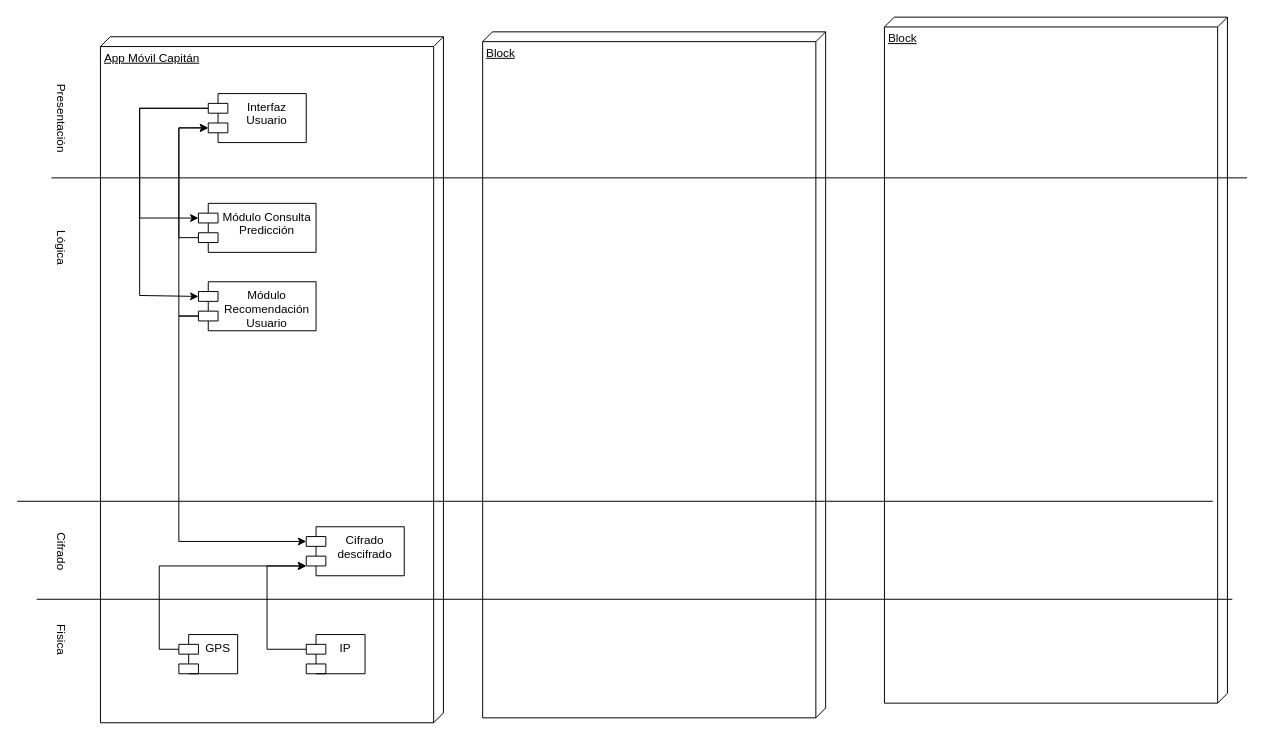
jdiazfer/ADS_Practica1 keeps this draw.io diagram as Vista_desarrolloV1.drawio. Above is the earlier version. Source tidied: cells renumbered, new cells numbered last; positions are measured from the earlier drawing's top-left corner, leaving out a move shared by most shapes. Both pictures are drawn from the tidied source at 98%, with x=0, y=0 at pixel (17, 17).
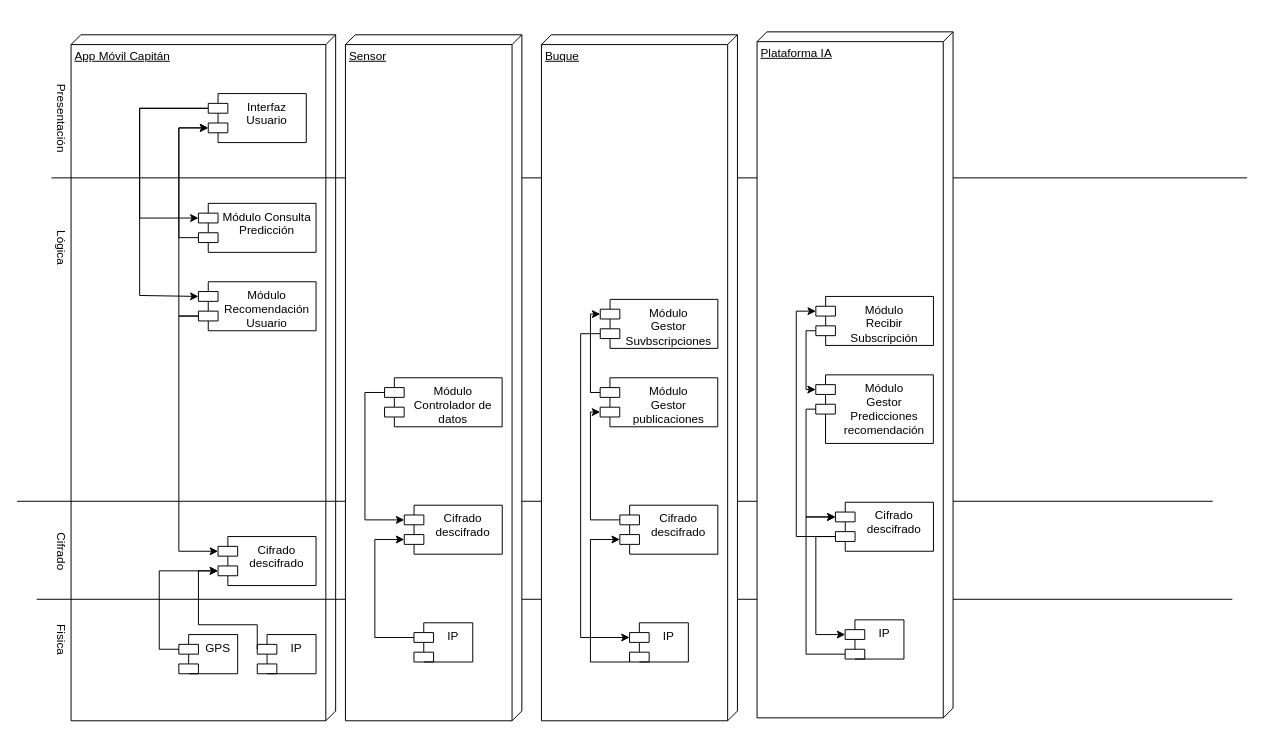
Above is the later version.

The change refers to these unchanged cells:
```xml
<mxCell id="20" value="GPS" style="shape=module;align=left;spacingLeft=20;align=center;verticalAlign=top;whiteSpace=wrap;html=1;" parent="1" vertex="1">
  <mxGeometry x="165" y="630" width="60" height="40" as="geometry" />
</mxCell>
```

The edit, as a diff of the source:
```diff
@@
     <mxCell id="2" value="App Móvil Capitán" style="verticalAlign=top;align=left;spacingTop=8;spacingLeft=2;spacingRight=12;shape=cube;size=10;direction=south;fontStyle=4;html=1;whiteSpace=wrap;" parent="1" vertex="1">
-      <mxGeometry x="85" y="20" width="350" height="700" as="geometry" />
+      <mxGeometry x="55" y="18" width="270" height="700" as="geometry" />
     </mxCell>
-    <mxCell id="3" value="Block" style="verticalAlign=top;align=left;spacingTop=8;spacingLeft=2;spacingRight=12;shape=cube;size=10;direction=south;fontStyle=4;html=1;whiteSpace=wrap;" parent="1" vertex="1">
-      <mxGeometry x="475" y="15" width="350" height="700" as="geometry" />
-    </mxCell>
-    <mxCell id="4" value="Block" style="verticalAlign=top;align=left;spacingTop=8;spacingLeft=2;spacingRight=12;shape=cube;size=10;direction=south;fontStyle=4;html=1;whiteSpace=wrap;" parent="1" vertex="1">
-      <mxGeometry x="885" width="350" height="700" as="geometry" />
-    </mxCell>
@@
-    <mxCell id="10" style="line;strokeWidth=1;fillColor=none;align=left;verticalAlign=middle;spacingTop=-1;spacingLeft=3;spacingRight=3;labelPosition=right;strokeColor=inherit;" parent="1" vertex="1">
-      <mxGeometry y="490" width="1220" height="8" as="geometry" />
-    </mxCell>
-    <mxCell id="11" style="line;strokeWidth=1;fillColor=none;align=left;verticalAlign=middle;spacingTop=-1;spacingLeft=3;spacingRight=3;labelPosition=right;strokeColor=inherit;" parent="1" vertex="1">
-      <mxGeometry x="20" y="590" width="1220" height="8" as="geometry" />
-    </mxCell>
@@
-    <mxCell id="17" value="&lt;div&gt;Cifrado&lt;/div&gt;&lt;div&gt;descifrado&lt;br&gt;&lt;/div&gt;" style="shape=module;align=left;spacingLeft=20;align=center;verticalAlign=top;whiteSpace=wrap;html=1;" parent="1" vertex="1">
-      <mxGeometry x="295" y="520" width="100" height="50" as="geometry" />
-    </mxCell>
-    <mxCell id="18" value="IP" style="shape=module;align=left;spacingLeft=20;align=center;verticalAlign=top;whiteSpace=wrap;html=1;" parent="1" vertex="1">
-      <mxGeometry x="295" y="630" width="60" height="40" as="geometry" />
-    </mxCell>
-    <mxCell id="19" style="edgeStyle=orthogonalEdgeStyle;rounded=0;jettySize=auto;html=1;exitX=0;exitY=0;exitDx=0;exitDy=15;exitPerimeter=0;" parent="1" edge="1" source="20">
-      <mxGeometry relative="1" as="geometry">
-        <mxPoint x="295" y="560" as="targetPoint" />
-        <Array as="points">
-          <mxPoint x="145" y="645" />
-          <mxPoint x="145" y="560" />
-        </Array>
-      </mxGeometry>
-    </mxCell>
@@
+    <mxCell id="25" style="edgeStyle=orthogonalEdgeStyle;rounded=0;jettySize=auto;html=1;exitX=0;exitY=0;exitDx=0;exitDy=15;exitPerimeter=0;entryX=0;entryY=0;entryDx=0;entryDy=35;entryPerimeter=0;" parent="1" edge="1" source="20" target="17">
+      <mxGeometry relative="1" as="geometry">
+        <Array as="points">
+          <mxPoint x="145" y="645" />
+          <mxPoint x="145" y="565" />
+        </Array>
+      </mxGeometry>
+    </mxCell>
+    <mxCell id="17" value="&lt;div&gt;Cifrado&lt;/div&gt;&lt;div&gt;descifrado&lt;br&gt;&lt;/div&gt;" style="shape=module;align=left;spacingLeft=20;align=center;verticalAlign=top;whiteSpace=wrap;html=1;" parent="1" vertex="1">
+      <mxGeometry x="205" y="530" width="100" height="50" as="geometry" />
+    </mxCell>
+    <mxCell id="10" style="line;strokeWidth=1;fillColor=none;align=left;verticalAlign=middle;spacingTop=-1;spacingLeft=3;spacingRight=3;labelPosition=right;strokeColor=inherit;" parent="1" vertex="1">
+      <mxGeometry y="490" width="1220" height="8" as="geometry" />
+    </mxCell>
+    <mxCell id="11" style="line;strokeWidth=1;fillColor=none;align=left;verticalAlign=middle;spacingTop=-1;spacingLeft=3;spacingRight=3;labelPosition=right;strokeColor=inherit;" parent="1" vertex="1">
+      <mxGeometry x="20" y="590" width="1220" height="8" as="geometry" />
+    </mxCell>
+    <mxCell id="3" value="Sensor" style="verticalAlign=top;align=left;spacingTop=8;spacingLeft=2;spacingRight=12;shape=cube;size=10;direction=south;fontStyle=4;html=1;whiteSpace=wrap;" parent="1" vertex="1">
+      <mxGeometry x="335" y="18" width="180" height="700" as="geometry" />
+    </mxCell>
+    <mxCell id="26" style="group;" parent="1" vertex="1">
+      <mxGeometry x="365" y="368" width="130" height="290" as="geometry" />
+    </mxCell>
+    <mxCell id="18" value="IP" style="shape=module;align=left;spacingLeft=20;align=center;verticalAlign=top;whiteSpace=wrap;html=1;" parent="26" vertex="1">
+      <mxGeometry x="39.9" y="250" width="60" height="40" as="geometry" />
+    </mxCell>
-    <mxCell id="24" style="edgeStyle=orthogonalEdgeStyle;rounded=0;jettySize=auto;html=1;exitX=0;exitY=0;exitDx=0;exitDy=15;exitPerimeter=0;" parent="1" edge="1" source="18">
+    <mxCell id="24" style="edgeStyle=orthogonalEdgeStyle;rounded=0;jettySize=auto;html=1;exitX=0;exitY=0;exitDx=0;exitDy=15;exitPerimeter=0;entryX=0;entryY=0;entryDx=0;entryDy=35;entryPerimeter=0;" parent="26" edge="1" source="18" target="27">
       <mxGeometry relative="1" as="geometry">
-        <mxPoint x="295" y="560" as="targetPoint" />
         <Array as="points">
-          <mxPoint x="255" y="645" />
-          <mxPoint x="255" y="560" />
+          <mxPoint y="265" />
+          <mxPoint y="165" />
         </Array>
       </mxGeometry>
     </mxCell>
+    <mxCell id="27" value="&lt;div&gt;Cifrado&lt;/div&gt;&lt;div&gt;descifrado&lt;br&gt;&lt;/div&gt;" style="shape=module;align=left;spacingLeft=20;align=center;verticalAlign=top;whiteSpace=wrap;html=1;" parent="26" vertex="1">
+      <mxGeometry x="30" y="130" width="100" height="50" as="geometry" />
+    </mxCell>
+    <mxCell id="28" value="&lt;div&gt;Módulo&lt;/div&gt;Controlador de datos" style="shape=module;align=left;spacingLeft=20;align=center;verticalAlign=top;whiteSpace=wrap;html=1;" parent="26" vertex="1">
+      <mxGeometry x="9.9" width="120" height="50" as="geometry" />
+    </mxCell>
+    <mxCell id="29" style="edgeStyle=orthogonalEdgeStyle;rounded=0;jettySize=auto;html=1;exitX=0;exitY=0;exitDx=0;exitDy=15;exitPerimeter=0;entryX=0;entryY=0;entryDx=0;entryDy=15;entryPerimeter=0;" parent="26" edge="1" source="28" target="27">
+      <mxGeometry relative="1" as="geometry" />
+    </mxCell>
+    <mxCell id="30" style="group;" parent="1" vertex="1">
+      <mxGeometry x="535" y="18" width="200" height="700" as="geometry" />
+    </mxCell>
+    <mxCell id="4" value="Buque" style="verticalAlign=top;align=left;spacingTop=8;spacingLeft=2;spacingRight=12;shape=cube;size=10;direction=south;fontStyle=4;html=1;whiteSpace=wrap;" parent="30" vertex="1">
+      <mxGeometry width="200" height="700" as="geometry" />
+    </mxCell>
+    <mxCell id="31" style="group;" parent="30" vertex="1">
+      <mxGeometry x="50" y="350" width="130" height="290" as="geometry" />
+    </mxCell>
+    <mxCell id="32" value="IP" style="shape=module;align=left;spacingLeft=20;align=center;verticalAlign=top;whiteSpace=wrap;html=1;" parent="31" vertex="1">
+      <mxGeometry x="39.9" y="250" width="60" height="40" as="geometry" />
+    </mxCell>
+    <mxCell id="33" style="edgeStyle=orthogonalEdgeStyle;rounded=0;jettySize=auto;html=1;exitX=0;exitY=0;exitDx=0;exitDy=35;exitPerimeter=0;entryX=0;entryY=0;entryDx=0;entryDy=35;entryPerimeter=0;" parent="31" edge="1" source="32" target="34">
+      <mxGeometry relative="1" as="geometry">
+        <Array as="points">
+          <mxPoint x="40" y="290" />
+          <mxPoint y="290" />
+          <mxPoint y="165" />
+        </Array>
+      </mxGeometry>
+    </mxCell>
+    <mxCell id="34" value="&lt;div&gt;Cifrado&lt;/div&gt;&lt;div&gt;descifrado&lt;br&gt;&lt;/div&gt;" style="shape=module;align=left;spacingLeft=20;align=center;verticalAlign=top;whiteSpace=wrap;html=1;" parent="31" vertex="1">
+      <mxGeometry x="30" y="130" width="100" height="50" as="geometry" />
+    </mxCell>
+    <mxCell id="35" value="&lt;div&gt;Módulo&lt;/div&gt;Gestor publicaciones" style="shape=module;align=left;spacingLeft=20;align=center;verticalAlign=top;whiteSpace=wrap;html=1;" parent="31" vertex="1">
+      <mxGeometry x="9.9" width="120" height="50" as="geometry" />
+    </mxCell>
+    <mxCell id="36" style="edgeStyle=orthogonalEdgeStyle;rounded=0;jettySize=auto;html=1;exitX=0;exitY=0;exitDx=0;exitDy=15;exitPerimeter=0;entryX=0;entryY=0;entryDx=0;entryDy=35;entryPerimeter=0;" parent="31" edge="1" source="34" target="35">
+      <mxGeometry relative="1" as="geometry">
+        <Array as="points">
+          <mxPoint y="145" />
+          <mxPoint y="35" />
+        </Array>
+      </mxGeometry>
+    </mxCell>
+    <mxCell id="37" value="&lt;div&gt;Módulo&lt;/div&gt;&lt;div&gt;Gestor&lt;/div&gt;&lt;div&gt;Suvbscripciones&lt;br&gt;&lt;/div&gt;" style="shape=module;align=left;spacingLeft=20;align=center;verticalAlign=top;whiteSpace=wrap;html=1;" parent="30" vertex="1">
+      <mxGeometry x="60" y="270" width="120" height="50" as="geometry" />
+    </mxCell>
+    <mxCell id="38" style="edgeStyle=orthogonalEdgeStyle;rounded=0;jettySize=auto;html=1;exitX=0;exitY=0;exitDx=0;exitDy=35;exitPerimeter=0;entryX=0;entryY=0;entryDx=0;entryDy=15;entryPerimeter=0;" parent="30" edge="1" source="37" target="32">
+      <mxGeometry relative="1" as="geometry" />
+    </mxCell>
+    <mxCell id="39" style="edgeStyle=orthogonalEdgeStyle;rounded=0;jettySize=auto;html=1;exitX=0;exitY=0;exitDx=0;exitDy=15;exitPerimeter=0;entryX=0;entryY=0;entryDx=0;entryDy=15;entryPerimeter=0;" parent="30" edge="1" source="35" target="37">
+      <mxGeometry relative="1" as="geometry">
+        <Array as="points">
+          <mxPoint x="50" y="365" />
+          <mxPoint x="50" y="285" />
+        </Array>
+      </mxGeometry>
+    </mxCell>
+    <mxCell id="40" style="group;" parent="1" vertex="1">
+      <mxGeometry x="755" y="15" width="200" height="700" as="geometry" />
+    </mxCell>
+    <mxCell id="41" value="Plataforma IA" style="verticalAlign=top;align=left;spacingTop=8;spacingLeft=2;spacingRight=12;shape=cube;size=10;direction=south;fontStyle=4;html=1;whiteSpace=wrap;" parent="40" vertex="1">
+      <mxGeometry width="200" height="700" as="geometry" />
+    </mxCell>
+    <mxCell id="42" style="group;" parent="40" vertex="1">
+      <mxGeometry x="50" y="350" width="130" height="290" as="geometry" />
+    </mxCell>
+    <mxCell id="43" value="IP" style="shape=module;align=left;spacingLeft=20;align=center;verticalAlign=top;whiteSpace=wrap;html=1;" parent="42" vertex="1">
+      <mxGeometry x="39.9" y="250" width="60" height="40" as="geometry" />
+    </mxCell>
+    <mxCell id="44" style="edgeStyle=orthogonalEdgeStyle;rounded=0;jettySize=auto;html=1;exitX=0;exitY=0;exitDx=0;exitDy=35;exitPerimeter=0;entryX=0;entryY=0;entryDx=0;entryDy=15;entryPerimeter=0;" parent="42" edge="1" source="43" target="45">
+      <mxGeometry relative="1" as="geometry">
+        <Array as="points">
+          <mxPoint y="285" />
+          <mxPoint y="145" />
+        </Array>
+      </mxGeometry>
+    </mxCell>
+    <mxCell id="45" value="&lt;div&gt;Cifrado&lt;/div&gt;&lt;div&gt;descifrado&lt;br&gt;&lt;/div&gt;" style="shape=module;align=left;spacingLeft=20;align=center;verticalAlign=top;whiteSpace=wrap;html=1;" parent="42" vertex="1">
+      <mxGeometry x="30" y="130" width="100" height="50" as="geometry" />
+    </mxCell>
+    <mxCell id="46" value="&lt;div&gt;Módulo&lt;/div&gt;Gestor Predicciones recomendación" style="shape=module;align=left;spacingLeft=20;align=center;verticalAlign=top;whiteSpace=wrap;html=1;" parent="42" vertex="1">
+      <mxGeometry x="9.9" width="120" height="70" as="geometry" />
+    </mxCell>
+    <mxCell id="47" style="edgeStyle=orthogonalEdgeStyle;rounded=0;jettySize=auto;html=1;exitX=0;exitY=0;exitDx=0;exitDy=35;exitPerimeter=0;entryX=0;entryY=0;entryDx=0;entryDy=15;entryPerimeter=0;" parent="42" edge="1" source="45" target="43">
+      <mxGeometry relative="1" as="geometry" />
+    </mxCell>
+    <mxCell id="48" style="edgeStyle=orthogonalEdgeStyle;rounded=0;jettySize=auto;html=1;exitX=0;exitY=0;exitDx=0;exitDy=35;exitPerimeter=0;entryX=0;entryY=0;entryDx=0;entryDy=15;entryPerimeter=0;" parent="42" edge="1" source="46" target="45">
+      <mxGeometry relative="1" as="geometry">
+        <Array as="points">
+          <mxPoint y="35" />
+          <mxPoint y="145" />
+        </Array>
+      </mxGeometry>
+    </mxCell>
+    <mxCell id="49" value="&lt;div&gt;Módulo&lt;/div&gt;&lt;div&gt;Recibir&lt;/div&gt;&lt;div&gt;Subscripción&lt;br&gt;&lt;/div&gt;" style="shape=module;align=left;spacingLeft=20;align=center;verticalAlign=top;whiteSpace=wrap;html=1;" parent="40" vertex="1">
+      <mxGeometry x="60" y="270" width="120" height="50" as="geometry" />
+    </mxCell>
+    <mxCell id="50" style="edgeStyle=orthogonalEdgeStyle;rounded=0;jettySize=auto;html=1;exitX=0;exitY=0;exitDx=0;exitDy=35;exitPerimeter=0;entryX=0;entryY=0;entryDx=0;entryDy=15;entryPerimeter=0;" parent="40" edge="1" source="45" target="49">
+      <mxGeometry relative="1" as="geometry" />
+    </mxCell>
+    <mxCell id="51" style="edgeStyle=orthogonalEdgeStyle;rounded=0;jettySize=auto;html=1;exitX=0;exitY=0;exitDx=0;exitDy=35;exitPerimeter=0;entryX=0;entryY=0;entryDx=0;entryDy=15;entryPerimeter=0;" parent="40" edge="1" source="49" target="46">
+      <mxGeometry relative="1" as="geometry">
+        <Array as="points">
+          <mxPoint x="50" y="305" />
+          <mxPoint x="50" y="365" />
+        </Array>
+      </mxGeometry>
+    </mxCell>
+    <mxCell id="52" value="IP" style="shape=module;align=left;spacingLeft=20;align=center;verticalAlign=top;whiteSpace=wrap;html=1;" parent="1" vertex="1">
+      <mxGeometry x="245" y="630" width="60" height="40" as="geometry" />
+    </mxCell>
+    <mxCell id="53" style="edgeStyle=orthogonalEdgeStyle;rounded=0;jettySize=auto;html=1;exitX=0;exitY=0;exitDx=0;exitDy=15;exitPerimeter=0;entryX=0;entryY=0;entryDx=0;entryDy=35;entryPerimeter=0;" parent="1" edge="1" source="52" target="17">
+      <mxGeometry relative="1" as="geometry">
+        <Array as="points">
+          <mxPoint x="245" y="620" />
+          <mxPoint x="185" y="620" />
+          <mxPoint x="185" y="565" />
+        </Array>
+      </mxGeometry>
+    </mxCell>
```
